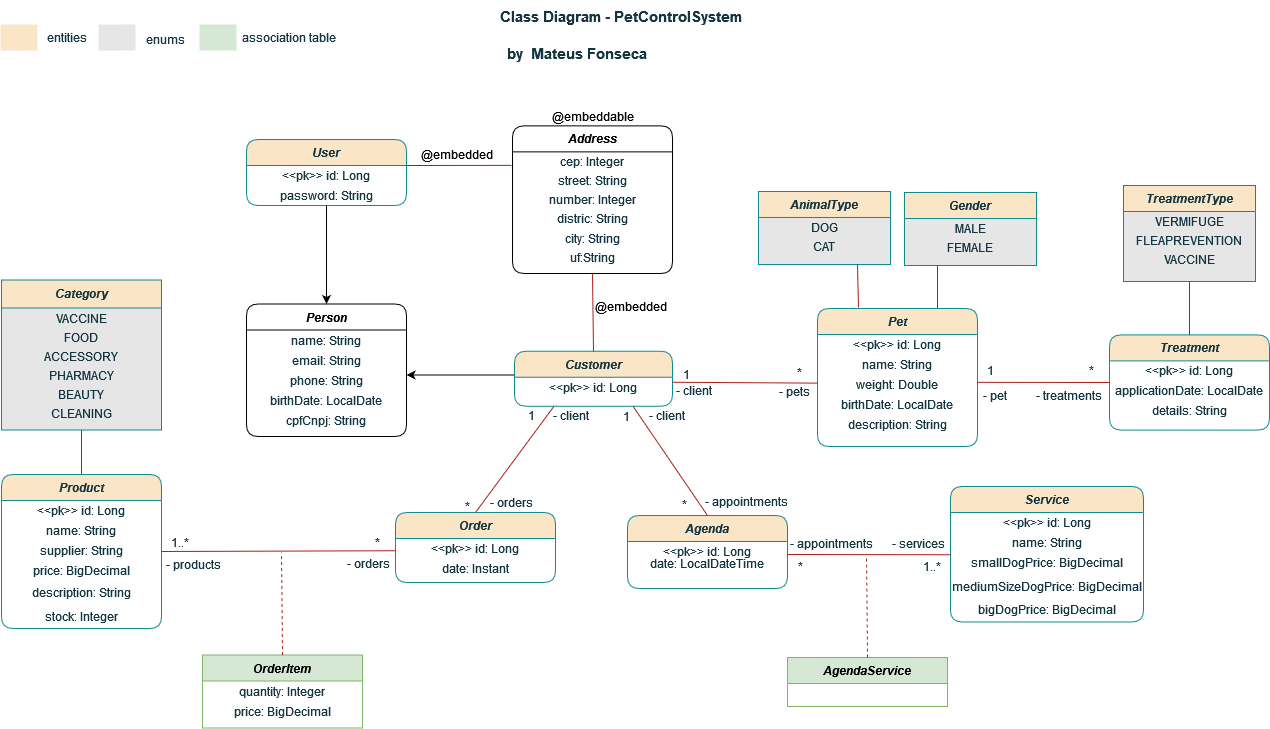
This is diagrams/class-diagram.png from mateusf-prog/petcontrol-system, a draw.io export, as it was before one commit. Source tidied: cells renumbered, new cells last; positions are measured from the earlier drawing's top-left corner, leaving out a move shared by most shapes.
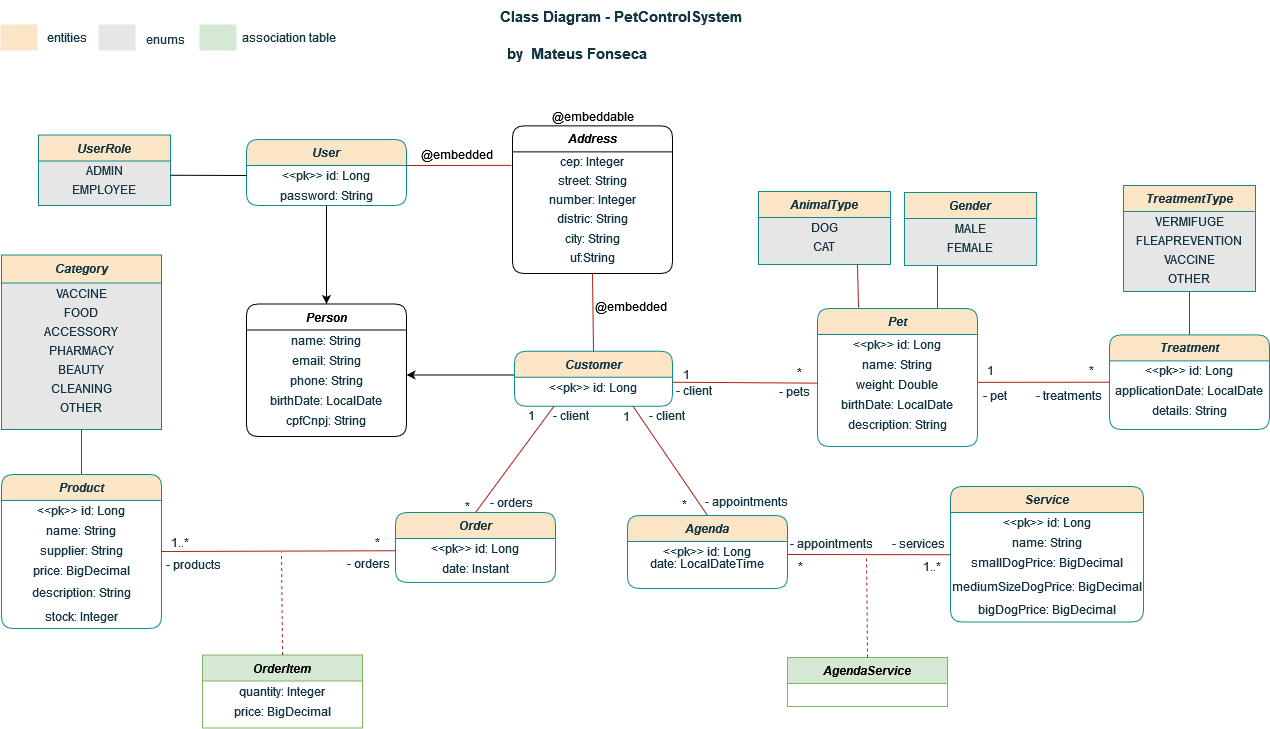
After the commit.

Change to the diagram source:
```diff
@@ -78,7 +78,7 @@
       <mxGeometry relative="1" as="geometry" />
     </mxCell>
     <mxCell id="25" value="Category" style="swimlane;fontStyle=3;align=center;verticalAlign=top;horizontal=1;startSize=28;rounded=0;shadow=0;strokeWidth=1;swimlaneFillColor=#E6E6E6;labelBackgroundColor=none;fillColor=#FAE5C7;strokeColor=#0F8B8D;fontColor=#143642;" parent="1" vertex="1">
-      <mxGeometry x="1" y="280.5" width="160" height="150" as="geometry" />
+      <mxGeometry x="1" y="255.5" width="160" height="174.5" as="geometry" />
     </mxCell>
     <mxCell id="26" value="VACCINE" style="text;html=1;align=center;verticalAlign=middle;whiteSpace=wrap;rounded=1;labelBackgroundColor=none;fontColor=#143642;" parent="25" vertex="1">
       <mxGeometry y="28" width="160" height="20" as="geometry" />
@@ -98,6 +98,9 @@
     <mxCell id="31" value="CLEANING" style="text;html=1;align=center;verticalAlign=middle;whiteSpace=wrap;rounded=1;labelBackgroundColor=none;fontColor=#143642;" parent="25" vertex="1">
       <mxGeometry y="124" width="160" height="19" as="geometry" />
     </mxCell>
+    <mxCell id="126" value="OTHER" style="text;html=1;align=center;verticalAlign=middle;whiteSpace=wrap;rounded=1;labelBackgroundColor=none;fontColor=#143642;" parent="25" vertex="1">
+      <mxGeometry y="143" width="160" height="19" as="geometry" />
+    </mxCell>
     <mxCell id="32" style="endArrow=none;html=1;rounded=1;entryX=0.5;entryY=0;entryDx=0;entryDy=0;exitX=0.5;exitY=1;exitDx=0;exitDy=0;labelBackgroundColor=none;fontColor=default;strokeColor=#A8201A;" parent="1" edge="1" source="25" target="33">
       <mxGeometry relative="1" as="geometry" />
     </mxCell>
@@ -255,7 +258,7 @@
       <mxGeometry y="122" width="160" height="19" as="geometry" />
     </mxCell>
     <mxCell id="82" value="Treatment" style="swimlane;fontStyle=3;align=center;verticalAlign=top;horizontal=1;startSize=26;rounded=1;shadow=0;strokeWidth=1;labelBackgroundColor=none;fillColor=#FAE5C7;strokeColor=#0F8B8D;fontColor=#143642;" parent="1" vertex="1">
-      <mxGeometry x="1109" y="335.4" width="160" height="95.2" as="geometry" />
+      <mxGeometry x="1109" y="335.4" width="160" height="94.6" as="geometry" />
     </mxCell>
     <mxCell id="83" value="&amp;lt;&amp;lt;pk&amp;gt;&amp;gt; id: Long" style="text;html=1;align=center;verticalAlign=middle;whiteSpace=wrap;rounded=1;labelBackgroundColor=none;fontColor=#143642;" parent="82" vertex="1">
       <mxGeometry y="26" width="160" height="20" as="geometry" />
@@ -285,7 +288,7 @@
       <mxGeometry x="977" y="386.5" width="36" height="19.2" as="geometry" />
     </mxCell>
     <mxCell id="92" value="TreatmentType" style="swimlane;fontStyle=3;align=center;verticalAlign=top;horizontal=1;startSize=26;rounded=0;shadow=0;strokeWidth=1;swimlaneFillColor=#E6E6E6;labelBackgroundColor=none;fillColor=#FAE5C7;strokeColor=#0F8B8D;fontColor=#143642;" parent="1" vertex="1">
-      <mxGeometry x="1123" y="186" width="132" height="96" as="geometry" />
+      <mxGeometry x="1123" y="186" width="132" height="106" as="geometry" />
     </mxCell>
     <mxCell id="93" value="VERMIFUGE" style="text;html=1;align=center;verticalAlign=middle;whiteSpace=wrap;rounded=1;labelBackgroundColor=none;fontColor=#143642;" parent="92" vertex="1">
       <mxGeometry y="26" width="132" height="19" as="geometry" />
@@ -296,6 +299,9 @@
     <mxCell id="95" value="VACCINE" style="text;html=1;align=center;verticalAlign=middle;whiteSpace=wrap;rounded=1;labelBackgroundColor=none;fontColor=#143642;" parent="92" vertex="1">
       <mxGeometry y="64" width="132" height="19" as="geometry" />
     </mxCell>
+    <mxCell id="127" value="OTHER" style="text;html=1;align=center;verticalAlign=middle;whiteSpace=wrap;rounded=1;labelBackgroundColor=none;fontColor=#143642;" parent="92" vertex="1">
+      <mxGeometry y="83" width="132" height="19" as="geometry" />
+    </mxCell>
     <mxCell id="96" style="endArrow=none;html=1;rounded=1;exitX=0.5;exitY=1;exitDx=0;exitDy=0;labelBackgroundColor=none;fontColor=default;strokeColor=#A8201A;entryX=0.5;entryY=0;entryDx=0;entryDy=0;" parent="1" edge="1" source="92" target="82">
       <mxGeometry relative="1" as="geometry" />
     </mxCell>
@@ -388,5 +394,17 @@
     <mxCell id="125" style="edgeStyle=orthogonalEdgeStyle;rounded=0;jettySize=auto;html=1;entryX=0.5;entryY=0;entryDx=0;entryDy=0;" parent="1" edge="1" source="13" target="119">
       <mxGeometry relative="1" as="geometry" />
     </mxCell>
+    <mxCell id="128" value="UserRole" style="swimlane;fontStyle=3;align=center;verticalAlign=top;horizontal=1;startSize=26;rounded=0;shadow=0;strokeWidth=1;swimlaneFillColor=#E6E6E6;labelBackgroundColor=none;fillColor=#FAE5C7;strokeColor=#0F8B8D;fontColor=#143642;" parent="1" vertex="1">
+      <mxGeometry x="38" y="135.5" width="132" height="70.5" as="geometry" />
+    </mxCell>
+    <mxCell id="129" value="ADMIN" style="text;html=1;align=center;verticalAlign=middle;whiteSpace=wrap;rounded=1;labelBackgroundColor=none;fontColor=#143642;" parent="128" vertex="1">
+      <mxGeometry y="26" width="132" height="19" as="geometry" />
+    </mxCell>
+    <mxCell id="130" value="EMPLOYEE" style="text;html=1;align=center;verticalAlign=middle;whiteSpace=wrap;rounded=1;labelBackgroundColor=none;fontColor=#143642;" parent="128" vertex="1">
+      <mxGeometry y="45" width="132" height="19" as="geometry" />
+    </mxCell>
+    <mxCell id="131" style="endArrow=none;html=1;rounded=0;entryX=0;entryY=0.5;entryDx=0;entryDy=0;exitX=1;exitY=0.75;exitDx=0;exitDy=0;" parent="1" edge="1" source="129" target="12">
+      <mxGeometry relative="1" as="geometry" />
+    </mxCell>
   </root>
 </mxGraphModel>
```
